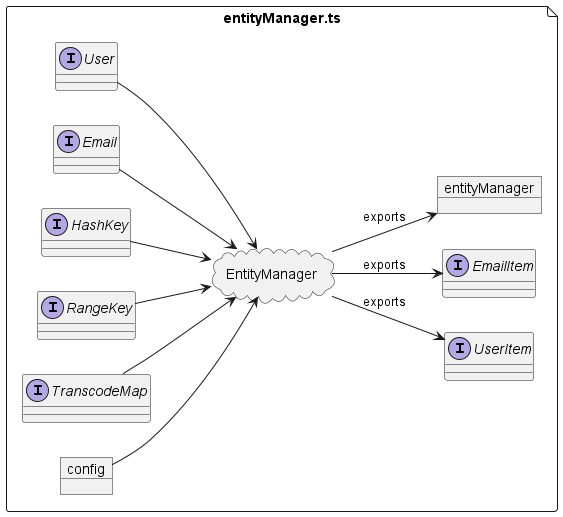
Above: assets/entityManager.png in karmaniverous/entity-manager-demo (PlantUML), before the change. The source it was exported from:
```plantuml
@startuml entityManager

allowmixing

left to right direction

file "entityManager.ts" as entityManagerTs {
    interface User
    interface Email
    interface HashKey
    interface RangeKey
    interface TranscodeMap
    object config
    cloud EntityManager

    Email --> EntityManager
    User --> EntityManager
    HashKey --> EntityManager
    RangeKey --> EntityManager
    TranscodeMap --> EntityManager
    config --> EntityManager

    interface UserItem
    interface EmailItem
    object entityManager

    EntityManager --> EmailItem: exports
    EntityManager --> UserItem: exports
    EntityManager --> entityManager: exports
}

@enduml
```
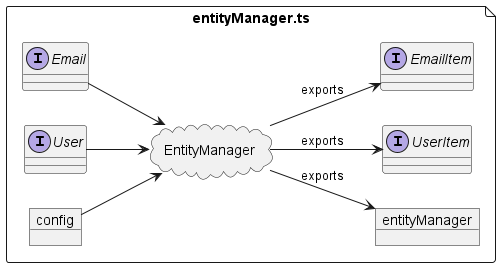
After the change.

Change to the diagram source:
```diff
@@ -5,28 +5,25 @@
 left to right direction
 
 file "entityManager.ts" as entityManagerTs {
+    interface Email
     interface User
-    interface Email
-    interface HashKey
-    interface RangeKey
-    interface TranscodeMap
     object config
     cloud EntityManager
 
     Email --> EntityManager
     User --> EntityManager
-    HashKey --> EntityManager
-    RangeKey --> EntityManager
-    TranscodeMap --> EntityManager
     config --> EntityManager
 
+    interface EmailItem
     interface UserItem
-    interface EmailItem
     object entityManager
 
     EntityManager --> EmailItem: exports
     EntityManager --> UserItem: exports
     EntityManager --> entityManager: exports
+
+    UserItem -[hidden] EmailItem
+    entityManager -[hidden] UserItem
 }
 
 @enduml
```
